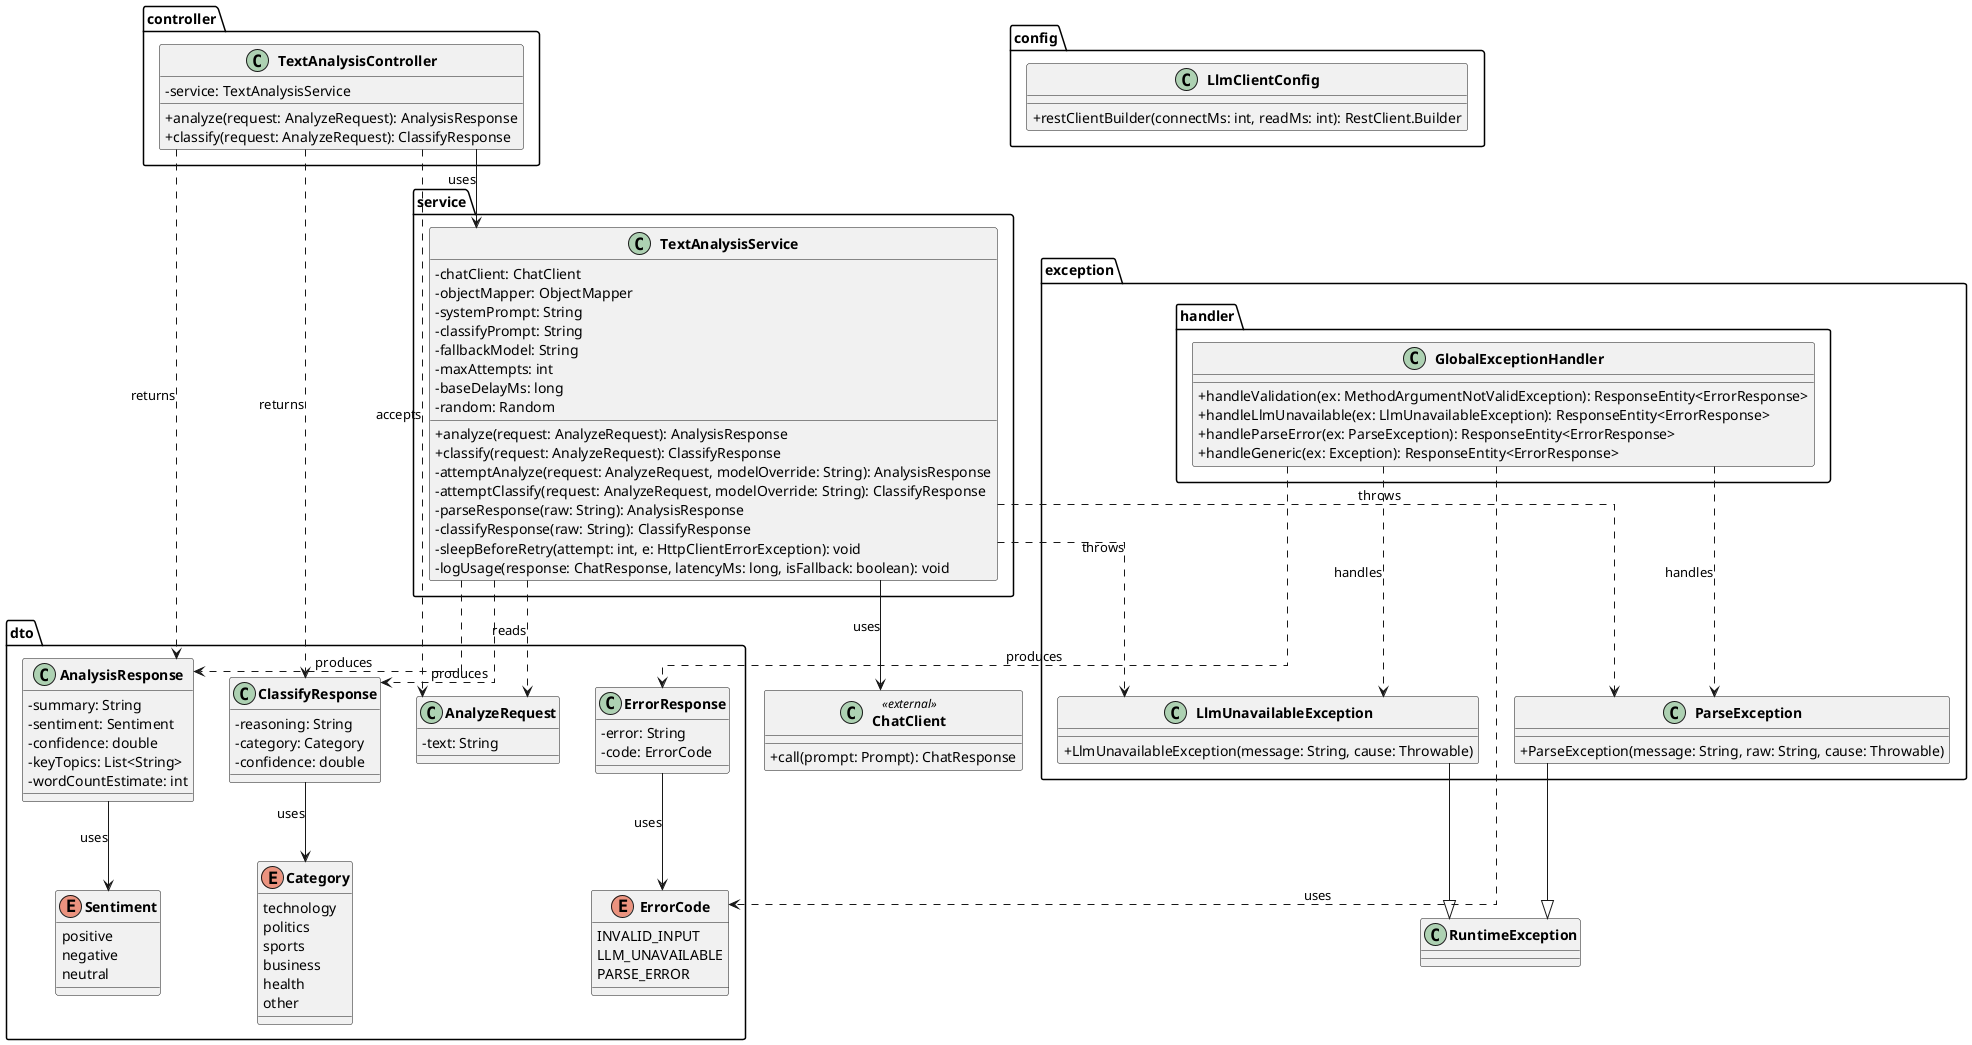
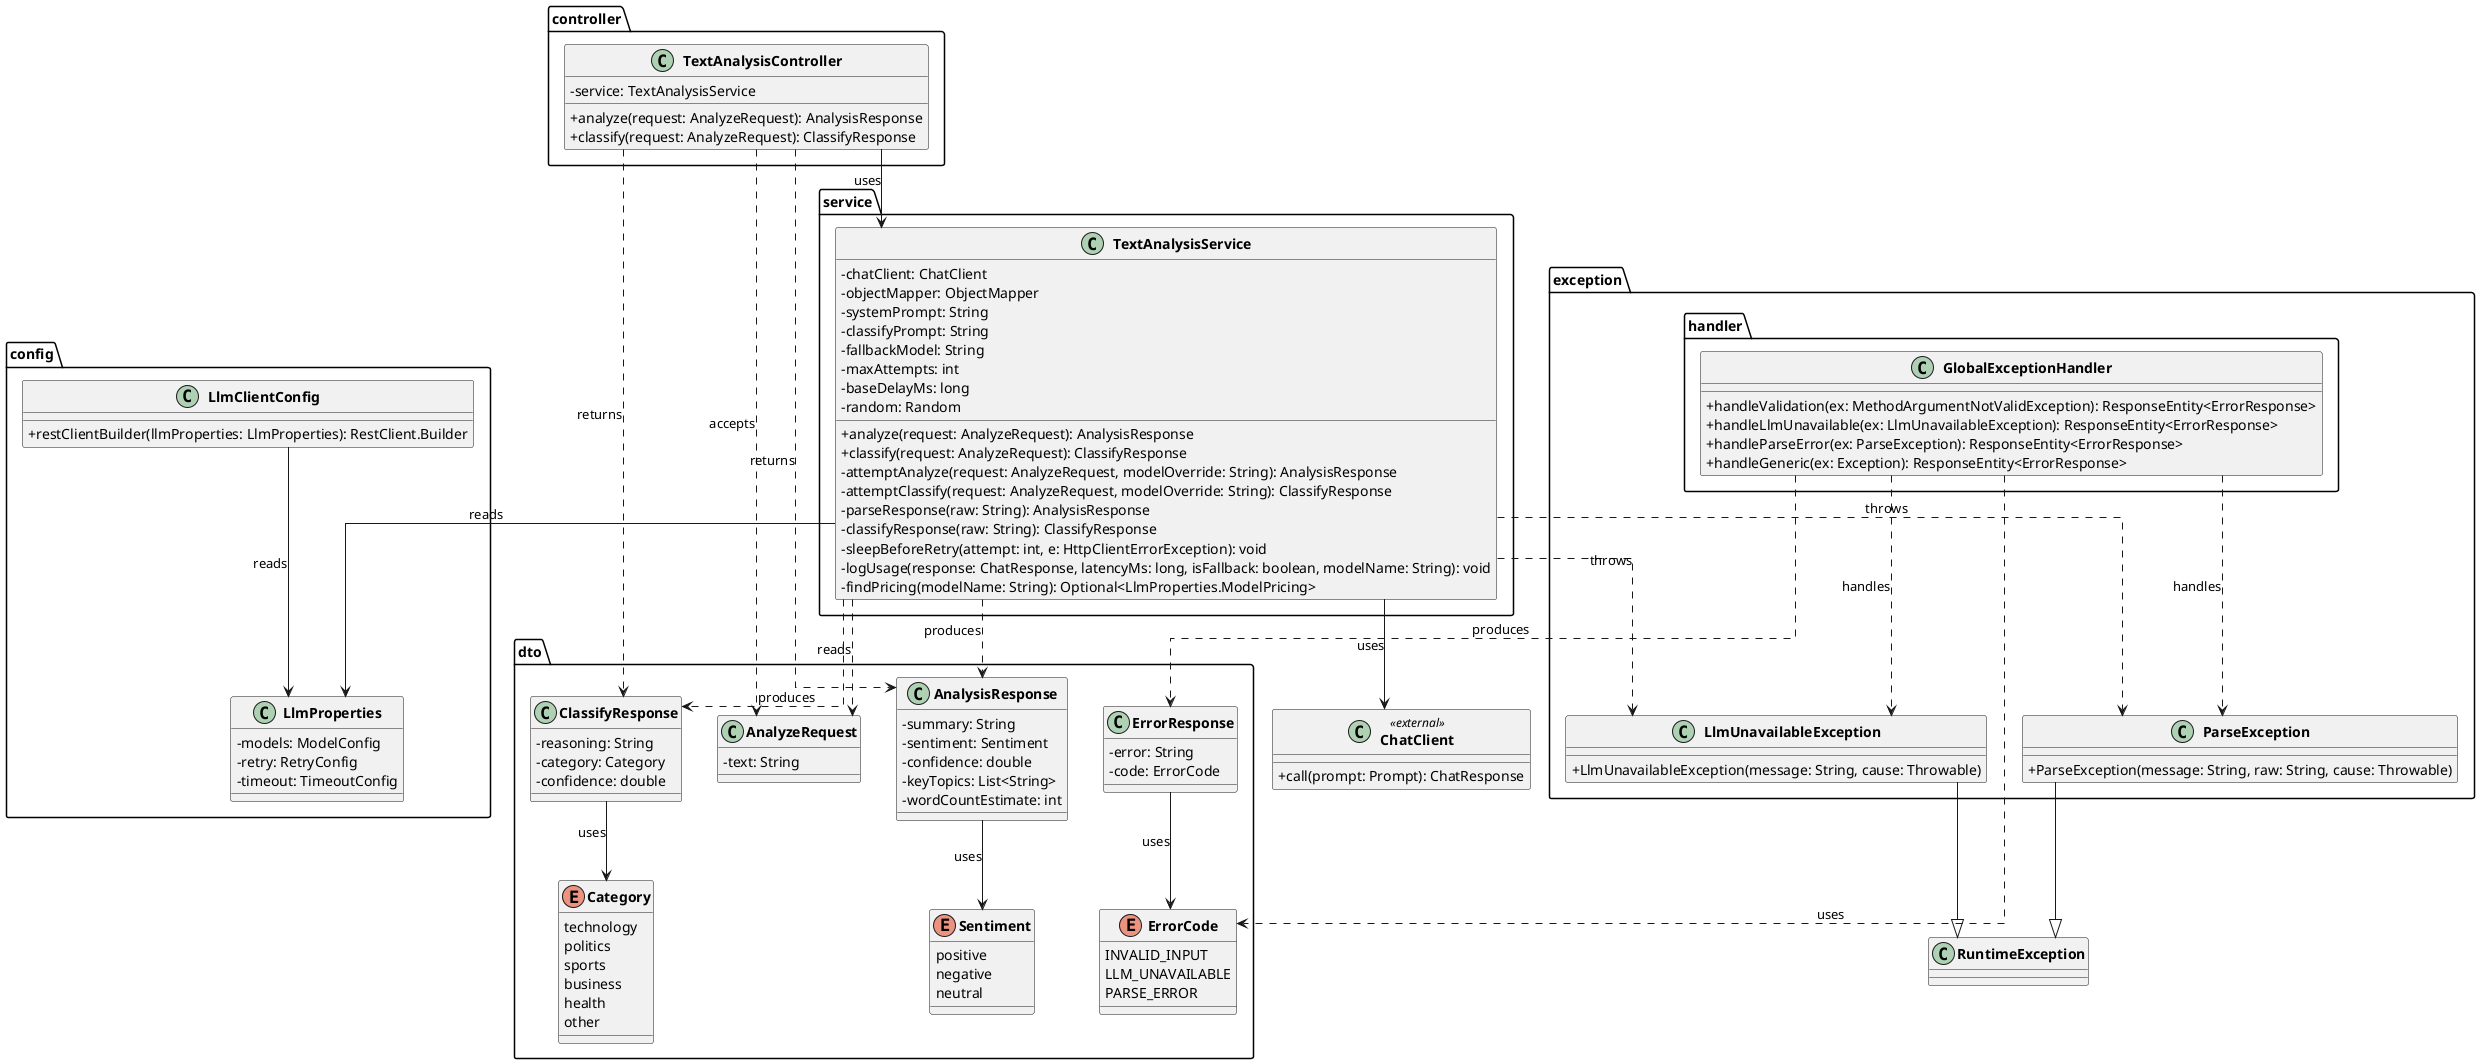
@startuml class-diagram

skinparam classAttributeIconSize 0
skinparam classFontStyle bold
skinparam linetype ortho

package "controller" {
  class TextAnalysisController {
    - service: TextAnalysisService
    + analyze(request: AnalyzeRequest): AnalysisResponse
    + classify(request: AnalyzeRequest): ClassifyResponse
  }
}

package "config" {
  ' Week 3 — Extension 4
  class LlmClientConfig {
-     + restClientBuilder(connectMs: int, readMs: int): RestClient.Builder
+     + restClientBuilder(llmProperties: LlmProperties): RestClient.Builder
+   }
+ 
+   ' Week 3 — Extension 5
+   class LlmProperties {
+     - models: ModelConfig
+     - retry: RetryConfig
+     - timeout: TimeoutConfig
  }
}

package "service" {
  class TextAnalysisService {
    - chatClient: ChatClient
    - objectMapper: ObjectMapper
    - systemPrompt: String
    - classifyPrompt: String
    ' Week 3 — Extension 3
    - fallbackModel: String
    ' Week 3 — Extension 4
    - maxAttempts: int
    - baseDelayMs: long
    - random: Random
    + analyze(request: AnalyzeRequest): AnalysisResponse
    + classify(request: AnalyzeRequest): ClassifyResponse
    - attemptAnalyze(request: AnalyzeRequest, modelOverride: String): AnalysisResponse
    - attemptClassify(request: AnalyzeRequest, modelOverride: String): ClassifyResponse
    - parseResponse(raw: String): AnalysisResponse
    - classifyResponse(raw: String): ClassifyResponse
    ' Week 3 — Extension 4
    - sleepBeforeRetry(attempt: int, e: HttpClientErrorException): void
-     - logUsage(response: ChatResponse, latencyMs: long, isFallback: boolean): void
+     ' Week 3 — Extension 5
+     - logUsage(response: ChatResponse, latencyMs: long, isFallback: boolean, modelName: String): void
+     - findPricing(modelName: String): Optional<LlmProperties.ModelPricing>
  }
}

package "dto" {
  class AnalyzeRequest {
    - text: String
  }

  ' Week 1
  class AnalysisResponse {
    - summary: String
    - sentiment: Sentiment
    - confidence: double
    - keyTopics: List<String>
    - wordCountEstimate: int
  }

  enum Sentiment {
    positive
    negative
    neutral
  }

  ' Week 2
  class ClassifyResponse {
    - reasoning: String
    - category: Category
    - confidence: double
  }

  enum Category {
    technology
    politics
    sports
    business
    health
    other
  }

  class ErrorResponse {
    - error: String
    - code: ErrorCode
  }

  enum ErrorCode {
    INVALID_INPUT
    LLM_UNAVAILABLE
    PARSE_ERROR
  }
}

package "exception" {
  class LlmUnavailableException {
    + LlmUnavailableException(message: String, cause: Throwable)
  }

  class ParseException {
    + ParseException(message: String, raw: String, cause: Throwable)
  }
}

package "exception.handler" {
  class GlobalExceptionHandler {
    + handleValidation(ex: MethodArgumentNotValidException): ResponseEntity<ErrorResponse>
    + handleLlmUnavailable(ex: LlmUnavailableException): ResponseEntity<ErrorResponse>
    + handleParseError(ex: ParseException): ResponseEntity<ErrorResponse>
    + handleGeneric(ex: Exception): ResponseEntity<ErrorResponse>
  }
}

' ── Dependencies ──────────────────────────────────────────────
TextAnalysisController --> TextAnalysisService : uses

TextAnalysisService --> ChatClient : uses
+ TextAnalysisService --> LlmProperties : reads
+ LlmClientConfig --> LlmProperties : reads

' ── Data flow (usage, not ownership) ──────────────────────────
TextAnalysisController ..> AnalyzeRequest : accepts
TextAnalysisController ..> AnalysisResponse : returns
TextAnalysisController ..> ClassifyResponse : returns

TextAnalysisService ..> AnalyzeRequest : reads
TextAnalysisService ..> AnalysisResponse : produces
TextAnalysisService ..> ClassifyResponse : produces

AnalysisResponse --> Sentiment : uses
ClassifyResponse --> Category : uses

' ── Exceptions thrown by service ──────────────────────────────
TextAnalysisService ..> LlmUnavailableException : «throws»
TextAnalysisService ..> ParseException : «throws»

' ── Exception handler intercepts ──────────────────────────────
GlobalExceptionHandler ..> LlmUnavailableException : «handles»
GlobalExceptionHandler ..> ParseException : «handles»
GlobalExceptionHandler ..> ErrorResponse : produces
GlobalExceptionHandler ..> ErrorCode : uses

' ── ErrorResponse uses ErrorCode enum ─────────────────────────
ErrorResponse --> ErrorCode : uses

' ── Exception hierarchy ────────────────────────────────────────
LlmUnavailableException --|> RuntimeException
ParseException --|> RuntimeException

' ── External dependency (Spring AI) ───────────────────────────
class ChatClient <<external>> {
  + call(prompt: Prompt): ChatResponse
}

@enduml
